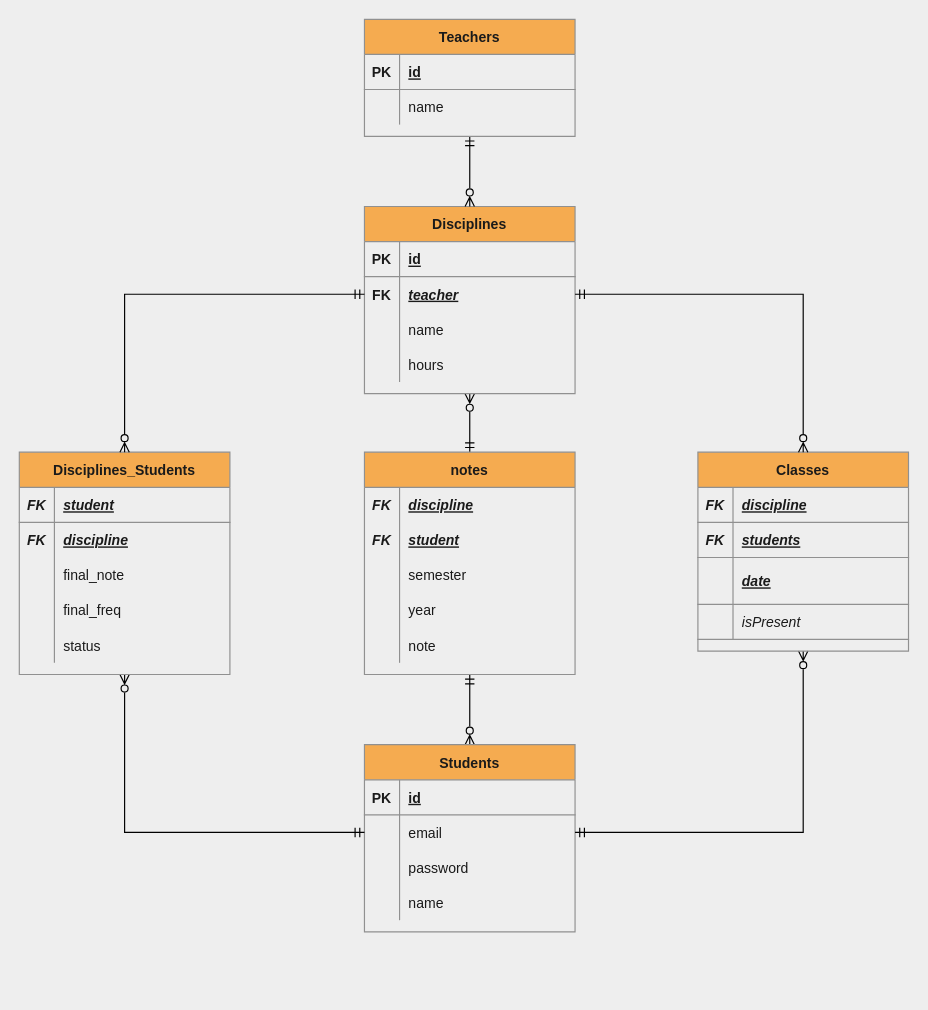
Before: database/er.drawio in Chipskein/ds1_laravel, a draw.io diagram. Source tidied: cells renumbered, new cells numbered last; positions are measured from the earlier drawing's top-left corner, leaving out a move shared by most shapes. Both pictures are drawn from the tidied source at 117%, with x=0, y=0 at pixel (19, 19).
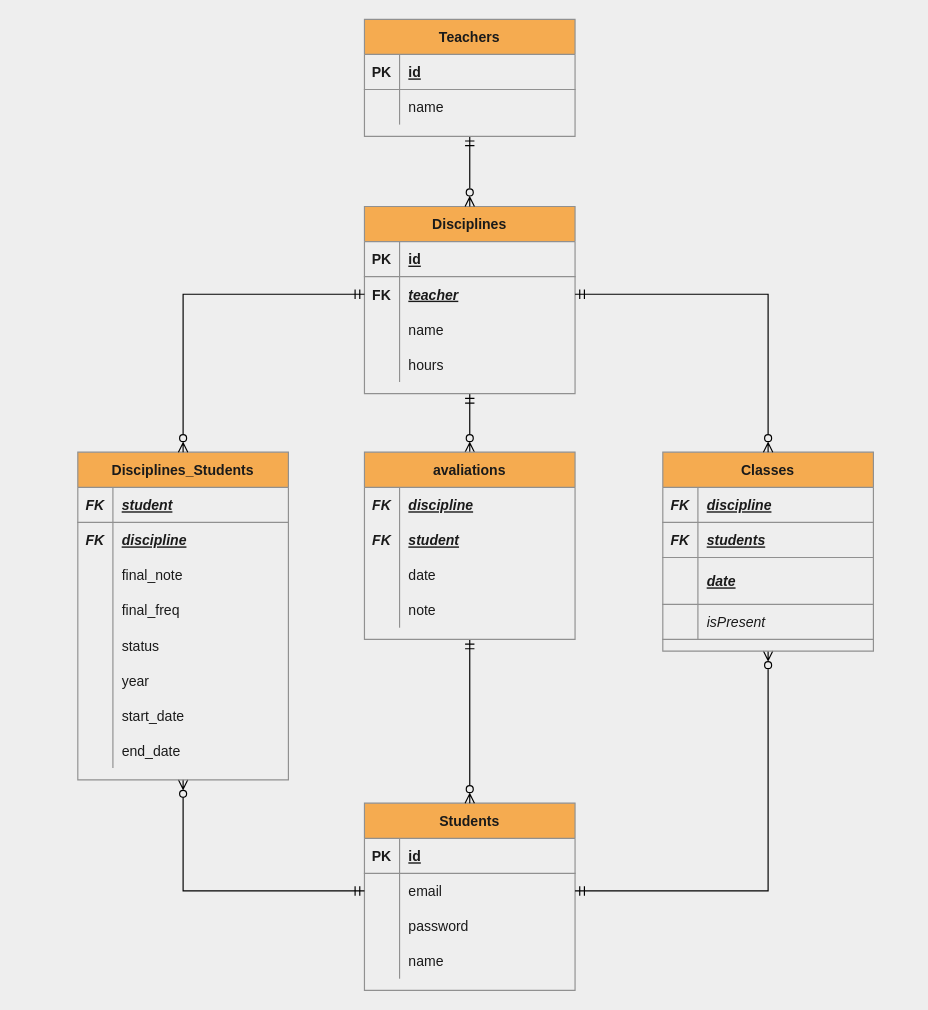
The same diagram, later.

Unchanged cells that the change refers to:
```xml
<mxCell id="3" value="Disciplines" style="shape=table;startSize=30;childLayout=tableLayout;rowLines=0;fontStyle=1;align=center;fillColor=#F5AB50;strokeColor=#909090;fontColor=#1A1A1A;" parent="1" vertex="1">
  <mxGeometry x="295" y="160" width="180" height="160" as="geometry" />
</mxCell>
```

Diff of the diagram source:
```diff
@@
-    <mxCell id="2" style="edgeStyle=orthogonalEdgeStyle;rounded=0;jettySize=auto;html=1;exitX=0.5;exitY=1;exitDx=0;exitDy=0;entryX=0.5;entryY=0;entryDx=0;entryDy=0;startArrow=ERzeroToMany;startFill=0;endArrow=ERmandOne;endFill=0;" parent="1" edge="1" source="3" target="71">
-      <mxGeometry relative="1" as="geometry" />
-    </mxCell>
+    <mxCell id="87" style="edgeStyle=orthogonalEdgeStyle;rounded=0;jettySize=auto;html=1;exitX=0.5;exitY=0;exitDx=0;exitDy=0;startArrow=ERzeroToMany;startFill=0;endArrow=ERmandOne;endFill=0;" parent="1" edge="1" source="97" target="3">
+      <mxGeometry relative="1" as="geometry" />
+    </mxCell>
@@
-    <mxCell id="16" style="edgeStyle=orthogonalEdgeStyle;rounded=0;jettySize=auto;html=1;startArrow=ERzeroToMany;startFill=0;endArrow=ERmandOne;endFill=0;" parent="1" edge="1" source="17" target="71">
-      <mxGeometry relative="1" as="geometry" />
-    </mxCell>
     <mxCell id="17" value="Students" style="shape=table;startSize=30;childLayout=tableLayout;rowLines=0;fontStyle=1;align=center;fillColor=#F5AB50;strokeColor=#909090;fontColor=#1A1A1A;" parent="1" vertex="1">
-      <mxGeometry x="295" y="620" width="180" height="160" as="geometry" />
+      <mxGeometry x="295" y="670" width="180" height="160" as="geometry" />
     </mxCell>
@@
     <mxCell id="39" value="Disciplines_Students" style="shape=table;startSize=30;childLayout=tableLayout;rowLines=0;fontStyle=1;align=center;fillColor=#F5AB50;strokeColor=#909090;fontColor=#1A1A1A;" parent="1" vertex="1">
-      <mxGeometry y="370" width="180" height="190" as="geometry" />
+      <mxGeometry x="50" y="370" width="180" height="280" as="geometry" />
     </mxCell>
@@
+    <mxCell id="88" style="shape=tableRow;horizontal=0;startSize=0;swimlaneHead=0;swimlaneBody=0;fillColor=none;top=0;left=0;right=0;bottom=0;strokeColor=#909090;fontColor=#1A1A1A;" parent="39" vertex="1">
+      <mxGeometry y="180" width="180" height="30" as="geometry" />
+    </mxCell>
+    <mxCell id="89" style="shape=partialRectangle;fillColor=none;top=0;left=0;bottom=0;right=0;overflow=hidden;strokeColor=#909090;fontColor=#1A1A1A;fontStyle=3;" parent="88" vertex="1">
+      <mxGeometry width="30" height="30" as="geometry" />
+    </mxCell>
+    <mxCell id="83" value="year" style="shape=partialRectangle;fillColor=none;top=0;left=0;bottom=0;right=0;align=left;spacingLeft=6;overflow=hidden;strokeColor=#909090;fontColor=#1A1A1A;fontStyle=0;" parent="88" vertex="1">
+      <mxGeometry x="30" width="150" height="30" as="geometry" />
+    </mxCell>
+    <mxCell id="90" style="shape=tableRow;horizontal=0;startSize=0;swimlaneHead=0;swimlaneBody=0;fillColor=none;top=0;left=0;right=0;bottom=0;strokeColor=#909090;fontColor=#1A1A1A;" parent="39" vertex="1">
+      <mxGeometry y="210" width="180" height="30" as="geometry" />
+    </mxCell>
+    <mxCell id="91" style="shape=partialRectangle;fillColor=none;top=0;left=0;bottom=0;right=0;overflow=hidden;strokeColor=#909090;fontColor=#1A1A1A;fontStyle=3;" parent="90" vertex="1">
+      <mxGeometry width="30" height="30" as="geometry" />
+    </mxCell>
+    <mxCell id="92" value="start_date" style="shape=partialRectangle;fillColor=none;top=0;left=0;bottom=0;right=0;align=left;spacingLeft=6;overflow=hidden;strokeColor=#909090;fontColor=#1A1A1A;fontStyle=0;" parent="90" vertex="1">
+      <mxGeometry x="30" width="150" height="30" as="geometry" />
+    </mxCell>
+    <mxCell id="93" style="shape=tableRow;horizontal=0;startSize=0;swimlaneHead=0;swimlaneBody=0;fillColor=none;top=0;left=0;right=0;bottom=0;strokeColor=#909090;fontColor=#1A1A1A;" parent="39" vertex="1">
+      <mxGeometry y="240" width="180" height="30" as="geometry" />
+    </mxCell>
+    <mxCell id="94" style="shape=partialRectangle;fillColor=none;top=0;left=0;bottom=0;right=0;overflow=hidden;strokeColor=#909090;fontColor=#1A1A1A;fontStyle=3;" parent="93" vertex="1">
+      <mxGeometry width="30" height="30" as="geometry" />
+    </mxCell>
+    <mxCell id="95" value="end_date" style="shape=partialRectangle;fillColor=none;top=0;left=0;bottom=0;right=0;align=left;spacingLeft=6;overflow=hidden;strokeColor=#909090;fontColor=#1A1A1A;fontStyle=0;" parent="93" vertex="1">
+      <mxGeometry x="30" width="150" height="30" as="geometry" />
+    </mxCell>
@@
     <mxCell id="56" value="Classes" style="shape=table;startSize=30;childLayout=tableLayout;rowLines=0;fontStyle=1;align=center;fillColor=#F5AB50;strokeColor=#909090;fontColor=#1A1A1A;" parent="1" vertex="1">
-      <mxGeometry x="580" y="370" width="180" height="170" as="geometry" />
+      <mxGeometry x="550" y="370" width="180" height="170" as="geometry" />
     </mxCell>
@@
-    <mxCell id="71" value="notes" style="shape=table;startSize=30;childLayout=tableLayout;rowLines=0;fontStyle=1;align=center;fillColor=#F5AB50;strokeColor=#909090;fontColor=#1A1A1A;" parent="1" vertex="1">
-      <mxGeometry x="295" y="370" width="180" height="190" as="geometry" />
-    </mxCell>
+    <mxCell id="96" style="edgeStyle=orthogonalEdgeStyle;rounded=0;jettySize=auto;html=1;entryX=0.5;entryY=1;entryDx=0;entryDy=0;startArrow=ERzeroToMany;startFill=0;endArrow=ERmandOne;endFill=0;exitX=0.5;exitY=0;exitDx=0;exitDy=0;" parent="1" edge="1" source="17" target="97">
+      <mxGeometry relative="1" as="geometry" />
+    </mxCell>
+    <mxCell id="97" value="avaliations" style="shape=table;startSize=30;childLayout=tableLayout;rowLines=0;fontStyle=1;align=center;fillColor=#F5AB50;strokeColor=#909090;fontColor=#1A1A1A;" parent="1" vertex="1">
+      <mxGeometry x="295" y="370" width="180" height="160" as="geometry" />
+    </mxCell>
-    <mxCell id="72" style="shape=tableRow;horizontal=0;startSize=0;swimlaneHead=0;swimlaneBody=0;fillColor=none;top=0;left=0;right=0;bottom=0;strokeColor=#909090;fontColor=#1A1A1A;" parent="71" vertex="1">
+    <mxCell id="72" style="shape=tableRow;horizontal=0;startSize=0;swimlaneHead=0;swimlaneBody=0;fillColor=none;top=0;left=0;right=0;bottom=0;strokeColor=#909090;fontColor=#1A1A1A;" parent="97" vertex="1">
       <mxGeometry y="30" width="180" height="30" as="geometry" />
     </mxCell>
-    <mxCell id="73" value="FK" style="shape=partialRectangle;fillColor=none;top=0;left=0;bottom=0;right=0;overflow=hidden;strokeColor=#909090;fontColor=#1A1A1A;fontStyle=3;" parent="72" vertex="1">
-      <mxGeometry width="30" height="30" as="geometry" />
-    </mxCell>
+    <mxCell id="98" value="FK" style="shape=partialRectangle;fillColor=none;top=0;left=0;bottom=0;right=0;overflow=hidden;strokeColor=#909090;fontColor=#1A1A1A;fontStyle=3;" parent="72" vertex="1">
+      <mxGeometry width="30" height="30" as="geometry" />
+    </mxCell>
@@
-    <mxCell id="75" style="shape=tableRow;horizontal=0;startSize=0;swimlaneHead=0;swimlaneBody=0;fillColor=none;top=0;left=0;right=0;bottom=0;strokeColor=#909090;fontColor=#1A1A1A;" parent="71" vertex="1">
+    <mxCell id="75" style="shape=tableRow;horizontal=0;startSize=0;swimlaneHead=0;swimlaneBody=0;fillColor=none;top=0;left=0;right=0;bottom=0;strokeColor=#909090;fontColor=#1A1A1A;" parent="97" vertex="1">
       <mxGeometry y="60" width="180" height="30" as="geometry" />
     </mxCell>
-    <mxCell id="76" value="FK" style="shape=partialRectangle;fillColor=none;top=0;left=0;bottom=0;right=0;overflow=hidden;strokeColor=#909090;fontColor=#1A1A1A;fontStyle=3;" parent="75" vertex="1">
-      <mxGeometry width="30" height="30" as="geometry" />
-    </mxCell>
+    <mxCell id="99" value="FK" style="shape=partialRectangle;fillColor=none;top=0;left=0;bottom=0;right=0;overflow=hidden;strokeColor=#909090;fontColor=#1A1A1A;fontStyle=3;" parent="75" vertex="1">
+      <mxGeometry width="30" height="30" as="geometry" />
+    </mxCell>
@@
-    <mxCell id="78" style="shape=tableRow;horizontal=0;startSize=0;swimlaneHead=0;swimlaneBody=0;fillColor=none;top=0;left=0;right=0;bottom=0;strokeColor=#909090;fontColor=#1A1A1A;" parent="71" vertex="1">
+    <mxCell id="78" style="shape=tableRow;horizontal=0;startSize=0;swimlaneHead=0;swimlaneBody=0;fillColor=none;top=0;left=0;right=0;bottom=0;strokeColor=#909090;fontColor=#1A1A1A;" parent="97" vertex="1">
       <mxGeometry y="90" width="180" height="30" as="geometry" />
     </mxCell>
-    <mxCell id="79" style="shape=partialRectangle;fillColor=none;top=0;left=0;bottom=0;right=0;overflow=hidden;strokeColor=#909090;fontColor=#1A1A1A;" parent="78" vertex="1">
-      <mxGeometry width="30" height="30" as="geometry" />
-    </mxCell>
-    <mxCell id="80" value="semester" style="shape=partialRectangle;fillColor=none;top=0;left=0;bottom=0;right=0;align=left;spacingLeft=6;overflow=hidden;strokeColor=#909090;fontColor=#1A1A1A;" parent="78" vertex="1">
-      <mxGeometry x="30" width="150" height="30" as="geometry" />
-    </mxCell>
+    <mxCell id="100" style="shape=partialRectangle;fillColor=none;top=0;left=0;bottom=0;right=0;overflow=hidden;strokeColor=#909090;fontColor=#1A1A1A;" parent="78" vertex="1">
+      <mxGeometry width="30" height="30" as="geometry" />
+    </mxCell>
+    <mxCell id="101" value="date" style="shape=partialRectangle;fillColor=none;top=0;left=0;bottom=0;right=0;align=left;spacingLeft=6;overflow=hidden;strokeColor=#909090;fontColor=#1A1A1A;" parent="78" vertex="1">
+      <mxGeometry x="30" width="150" height="30" as="geometry" />
+    </mxCell>
-    <mxCell id="81" style="shape=tableRow;horizontal=0;startSize=0;swimlaneHead=0;swimlaneBody=0;fillColor=none;top=0;left=0;right=0;bottom=0;strokeColor=#909090;fontColor=#1A1A1A;" parent="71" vertex="1">
+    <mxCell id="81" style="shape=tableRow;horizontal=0;startSize=0;swimlaneHead=0;swimlaneBody=0;fillColor=none;top=0;left=0;right=0;bottom=0;strokeColor=#909090;fontColor=#1A1A1A;" parent="97" vertex="1">
       <mxGeometry y="120" width="180" height="30" as="geometry" />
     </mxCell>
-    <mxCell id="82" style="shape=partialRectangle;fillColor=none;top=0;left=0;bottom=0;right=0;overflow=hidden;strokeColor=#909090;fontColor=#1A1A1A;" parent="81" vertex="1">
-      <mxGeometry width="30" height="30" as="geometry" />
-    </mxCell>
-    <mxCell id="83" value="year" style="shape=partialRectangle;fillColor=none;top=0;left=0;bottom=0;right=0;align=left;spacingLeft=6;overflow=hidden;strokeColor=#909090;fontColor=#1A1A1A;" parent="81" vertex="1">
-      <mxGeometry x="30" width="150" height="30" as="geometry" />
-    </mxCell>
-    <mxCell id="84" style="shape=tableRow;horizontal=0;startSize=0;swimlaneHead=0;swimlaneBody=0;fillColor=none;top=0;left=0;right=0;bottom=0;strokeColor=#909090;fontColor=#1A1A1A;" parent="71" vertex="1">
-      <mxGeometry y="150" width="180" height="30" as="geometry" />
-    </mxCell>
-    <mxCell id="85" style="shape=partialRectangle;fillColor=none;top=0;left=0;bottom=0;right=0;overflow=hidden;strokeColor=#909090;fontColor=#1A1A1A;" parent="84" vertex="1">
-      <mxGeometry width="30" height="30" as="geometry" />
-    </mxCell>
+    <mxCell id="102" style="shape=partialRectangle;fillColor=none;top=0;left=0;bottom=0;right=0;overflow=hidden;strokeColor=#909090;fontColor=#1A1A1A;" parent="81" vertex="1">
+      <mxGeometry width="30" height="30" as="geometry" />
+    </mxCell>
-    <mxCell id="86" value="note" style="shape=partialRectangle;fillColor=none;top=0;left=0;bottom=0;right=0;align=left;spacingLeft=6;overflow=hidden;strokeColor=#909090;fontColor=#1A1A1A;" parent="84" vertex="1">
+    <mxCell id="86" value="note" style="shape=partialRectangle;fillColor=none;top=0;left=0;bottom=0;right=0;align=left;spacingLeft=6;overflow=hidden;strokeColor=#909090;fontColor=#1A1A1A;" parent="81" vertex="1">
       <mxGeometry x="30" width="150" height="30" as="geometry" />
     </mxCell>
```
